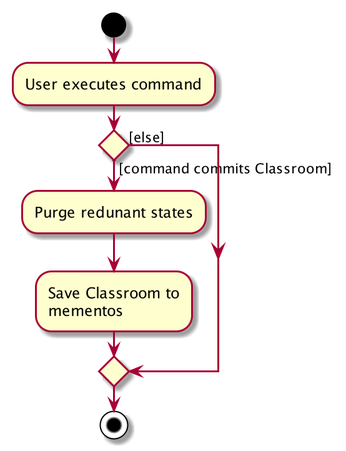
The PlantUML diagram images/CommitActivityDiagram.png in AY1920S1-CS2103-T14-1/main, before a commit.
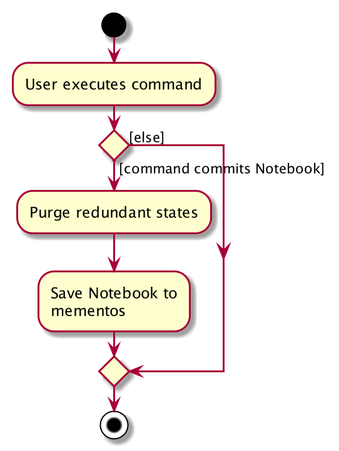
After the commit.

Diff of the diagram source:
```diff
@@ -3,9 +3,9 @@
 :User executes command;
 
 
-if () then ([command commits Classroom])
-    :Purge redunant states;
-    :Save Classroom to
+if () then ([command commits Notebook])
+    :Purge redundant states;
+    :Save Notebook to
     mementos;
 else ([else])
 endif
```
